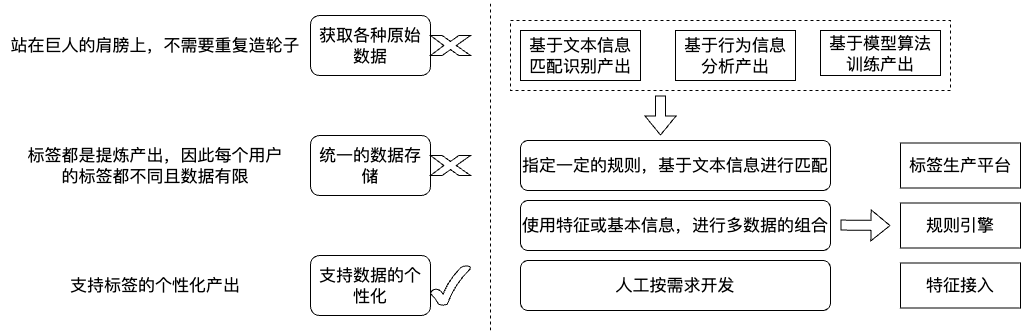
Before: 数据处理之方案选择.png, a diagram exported from draw.io (liujunao/draw-data). Source tidied: cells renumbered, new cells last; positions are measured from the earlier drawing's top-left corner, leaving out a move shared by most shapes.
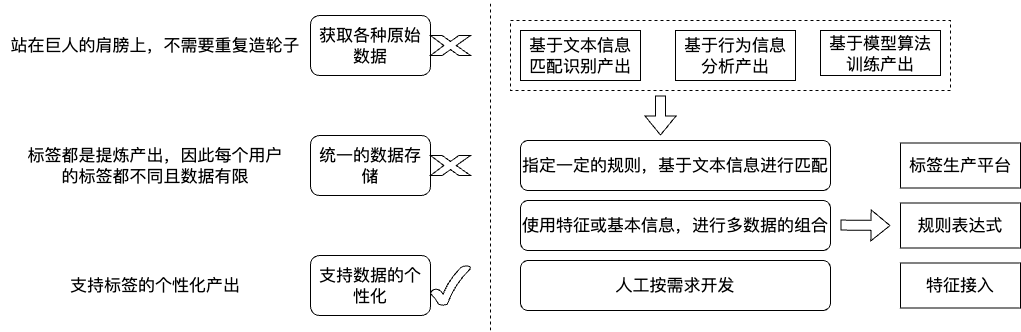
Above is the later version.

Commit message:
更新数据处理之方案选择.png

What changed in the source:
```diff
@@ -65,7 +65,7 @@
     <mxCell id="20" value="&lt;font size=&quot;3&quot;&gt;标签生产平台&lt;/font&gt;" style="rounded=0;whiteSpace=wrap;html=1;" parent="1" vertex="1">
       <mxGeometry x="900" y="142.5" width="120" height="45" as="geometry" />
     </mxCell>
-    <mxCell id="21" value="&lt;font size=&quot;3&quot;&gt;规则引擎&lt;/font&gt;" style="rounded=0;whiteSpace=wrap;html=1;" parent="1" vertex="1">
+    <mxCell id="21" value="&lt;font size=&quot;3&quot;&gt;规则表达式&lt;/font&gt;" style="rounded=0;whiteSpace=wrap;html=1;" parent="1" vertex="1">
       <mxGeometry x="900" y="202.5" width="120" height="45" as="geometry" />
     </mxCell>
     <mxCell id="22" value="&lt;font size=&quot;3&quot;&gt;特征接入&lt;/font&gt;" style="rounded=0;whiteSpace=wrap;html=1;" parent="1" vertex="1">
```
